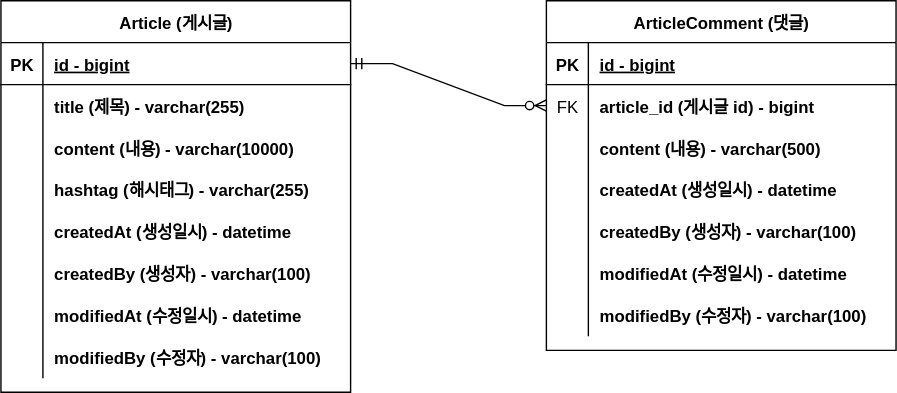
95twan/project-board keeps this draw.io diagram as document/project-board-erd.svg. Above is the earlier version. Source tidied: cells renumbered, new cells last; positions are measured from the earlier drawing's top-left corner, leaving out a move shared by most shapes.
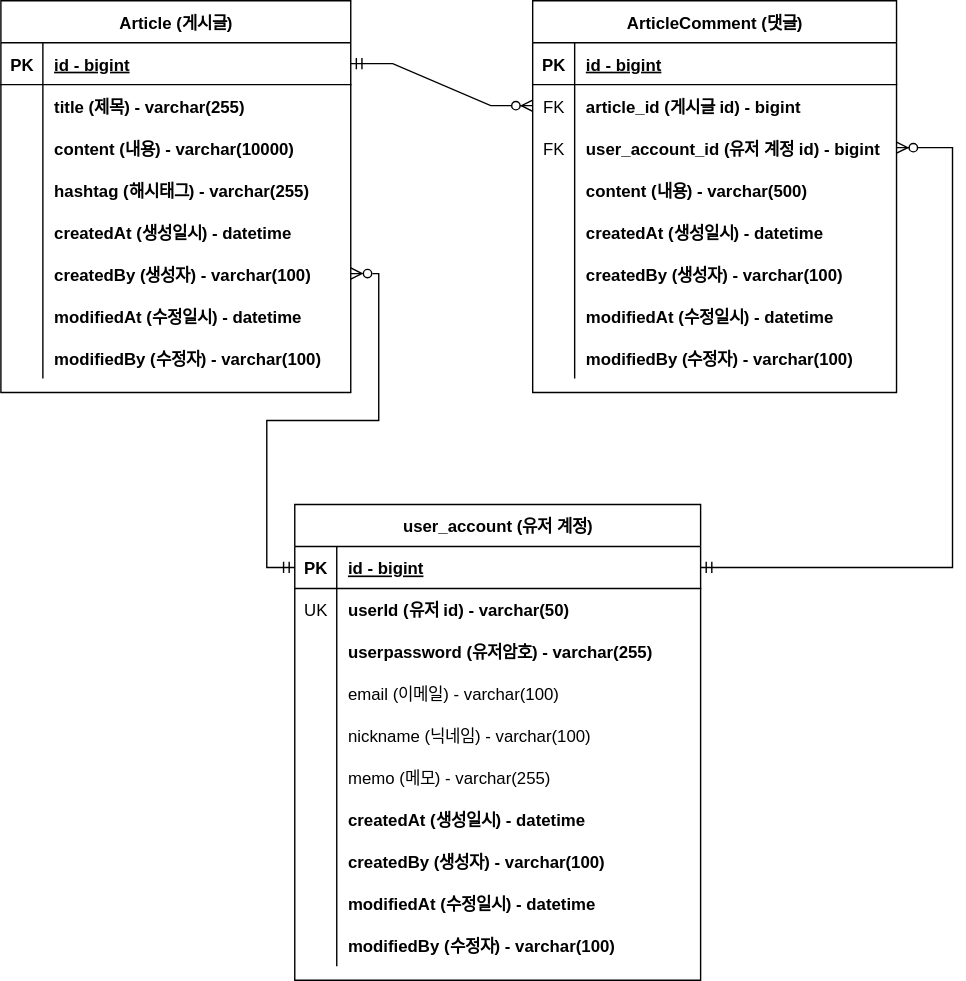
Later version of the same file.

Commit message:
#17 - 회원 계정 erd 추가

The edit, as a diff of the source:
```diff
@@ -78,73 +78,186 @@
       <mxGeometry x="30" width="220" height="30" as="geometry" />
     </mxCell>
     <mxCell id="27" value="ArticleComment (댓글)" style="shape=table;startSize=30;rowLines=0;fontStyle=1;align=center;" parent="1" vertex="1">
-      <mxGeometry x="390" width="250" height="250" as="geometry" />
+      <mxGeometry x="380" width="260" height="280" as="geometry" />
     </mxCell>
     <mxCell id="28" style="shape=partialRectangle;fillColor=none;top=0;left=0;right=0;bottom=1;" parent="27" vertex="1">
-      <mxGeometry y="30" width="250" height="30" as="geometry" />
+      <mxGeometry y="30" width="260" height="30" as="geometry" />
     </mxCell>
     <mxCell id="29" value="PK" style="shape=partialRectangle;overflow=hidden;fillColor=none;top=0;left=0;bottom=0;right=0;fontStyle=1;" parent="28" vertex="1">
       <mxGeometry width="30" height="30" as="geometry" />
     </mxCell>
     <mxCell id="30" value="id - bigint" style="shape=partialRectangle;overflow=hidden;fillColor=none;top=0;left=0;bottom=0;right=0;align=left;spacingLeft=6;fontStyle=5;" parent="28" vertex="1">
-      <mxGeometry x="30" width="220" height="30" as="geometry" />
+      <mxGeometry x="30" width="230" height="30" as="geometry" />
     </mxCell>
     <mxCell id="31" style="shape=partialRectangle;fillColor=none;points=[[0,0.5],[1,0.5]];portConstraint=eastwest;top=0;left=0;right=0;bottom=0;" parent="27" vertex="1">
-      <mxGeometry y="60" width="250" height="30" as="geometry" />
+      <mxGeometry y="60" width="260" height="30" as="geometry" />
     </mxCell>
     <mxCell id="32" value="FK" style="shape=partialRectangle;overflow=hidden;fillColor=none;top=0;left=0;bottom=0;right=0;" parent="31" vertex="1">
       <mxGeometry width="30" height="30" as="geometry" />
     </mxCell>
     <mxCell id="33" value="article_id (게시글 id) - bigint" style="shape=partialRectangle;overflow=hidden;fillColor=none;top=0;left=0;bottom=0;right=0;align=left;spacingLeft=6;fontStyle=1;" parent="31" vertex="1">
-      <mxGeometry x="30" width="220" height="30" as="geometry" />
+      <mxGeometry x="30" width="230" height="30" as="geometry" />
     </mxCell>
+    <mxCell id="50" style="shape=partialRectangle;fillColor=none;points=[[0,0.5],[1,0.5]];portConstraint=eastwest;top=0;left=0;right=0;bottom=0;" parent="27" vertex="1">
+      <mxGeometry y="90" width="260" height="30" as="geometry" />
+    </mxCell>
+    <mxCell id="51" value="FK" style="shape=partialRectangle;overflow=hidden;fillColor=none;top=0;left=0;bottom=0;right=0;" parent="50" vertex="1">
+      <mxGeometry width="30" height="30" as="geometry" />
+    </mxCell>
+    <mxCell id="52" value="user_account_id (유저 계정 id) - bigint" style="shape=partialRectangle;overflow=hidden;fillColor=none;top=0;left=0;bottom=0;right=0;align=left;spacingLeft=6;fontStyle=1;" parent="50" vertex="1">
+      <mxGeometry x="30" width="230" height="30" as="geometry" />
+    </mxCell>
     <mxCell id="34" style="shape=tableRow;horizontal=0;startSize=0;swimlaneHead=0;swimlaneBody=0;fillColor=none;top=0;left=0;right=0;bottom=0;" parent="27" vertex="1">
-      <mxGeometry y="90" width="250" height="30" as="geometry" />
+      <mxGeometry y="120" width="260" height="30" as="geometry" />
     </mxCell>
     <mxCell id="35" style="shape=partialRectangle;fillColor=none;top=0;left=0;bottom=0;right=0;overflow=hidden;" parent="34" vertex="1">
       <mxGeometry width="30" height="30" as="geometry" />
     </mxCell>
     <mxCell id="36" value="content (내용) - varchar(500)" style="shape=partialRectangle;fillColor=none;top=0;left=0;bottom=0;right=0;align=left;spacingLeft=6;overflow=hidden;fontStyle=1;" parent="34" vertex="1">
-      <mxGeometry x="30" width="220" height="30" as="geometry" />
+      <mxGeometry x="30" width="230" height="30" as="geometry" />
     </mxCell>
     <mxCell id="37" style="shape=tableRow;horizontal=0;startSize=0;swimlaneHead=0;swimlaneBody=0;fillColor=none;top=0;left=0;right=0;bottom=0;" parent="27" vertex="1">
-      <mxGeometry y="120" width="250" height="30" as="geometry" />
+      <mxGeometry y="150" width="260" height="30" as="geometry" />
     </mxCell>
     <mxCell id="38" style="shape=partialRectangle;fillColor=none;top=0;left=0;bottom=0;right=0;overflow=hidden;" parent="37" vertex="1">
       <mxGeometry width="30" height="30" as="geometry" />
     </mxCell>
     <mxCell id="39" value="createdAt (생성일시) - datetime" style="shape=partialRectangle;fillColor=none;top=0;left=0;bottom=0;right=0;align=left;spacingLeft=6;overflow=hidden;fontStyle=1;" parent="37" vertex="1">
-      <mxGeometry x="30" width="220" height="30" as="geometry" />
+      <mxGeometry x="30" width="230" height="30" as="geometry" />
     </mxCell>
     <mxCell id="40" style="shape=tableRow;horizontal=0;startSize=0;swimlaneHead=0;swimlaneBody=0;fillColor=none;top=0;left=0;right=0;bottom=0;" parent="27" vertex="1">
-      <mxGeometry y="150" width="250" height="30" as="geometry" />
+      <mxGeometry y="180" width="260" height="30" as="geometry" />
     </mxCell>
     <mxCell id="41" style="shape=partialRectangle;fillColor=none;top=0;left=0;bottom=0;right=0;overflow=hidden;" parent="40" vertex="1">
       <mxGeometry width="30" height="30" as="geometry" />
     </mxCell>
     <mxCell id="42" value="createdBy (생성자) - varchar(100)" style="shape=partialRectangle;fillColor=none;top=0;left=0;bottom=0;right=0;align=left;spacingLeft=6;overflow=hidden;fontStyle=1;" parent="40" vertex="1">
-      <mxGeometry x="30" width="220" height="30" as="geometry" />
+      <mxGeometry x="30" width="230" height="30" as="geometry" />
     </mxCell>
     <mxCell id="43" style="shape=tableRow;horizontal=0;startSize=0;swimlaneHead=0;swimlaneBody=0;fillColor=none;top=0;left=0;right=0;bottom=0;" parent="27" vertex="1">
-      <mxGeometry y="180" width="250" height="30" as="geometry" />
+      <mxGeometry y="210" width="260" height="30" as="geometry" />
     </mxCell>
     <mxCell id="44" style="shape=partialRectangle;fillColor=none;top=0;left=0;bottom=0;right=0;overflow=hidden;" parent="43" vertex="1">
       <mxGeometry width="30" height="30" as="geometry" />
     </mxCell>
     <mxCell id="45" value="modifiedAt (수정일시) - datetime" style="shape=partialRectangle;fillColor=none;top=0;left=0;bottom=0;right=0;align=left;spacingLeft=6;overflow=hidden;fontStyle=1;" parent="43" vertex="1">
-      <mxGeometry x="30" width="220" height="30" as="geometry" />
+      <mxGeometry x="30" width="230" height="30" as="geometry" />
     </mxCell>
     <mxCell id="46" style="shape=tableRow;horizontal=0;startSize=0;swimlaneHead=0;swimlaneBody=0;fillColor=none;top=0;left=0;right=0;bottom=0;" parent="27" vertex="1">
-      <mxGeometry y="210" width="250" height="30" as="geometry" />
+      <mxGeometry y="240" width="260" height="30" as="geometry" />
     </mxCell>
     <mxCell id="47" style="shape=partialRectangle;fillColor=none;top=0;left=0;bottom=0;right=0;overflow=hidden;" parent="46" vertex="1">
       <mxGeometry width="30" height="30" as="geometry" />
     </mxCell>
     <mxCell id="48" value="modifiedBy (수정자) - varchar(100)" style="shape=partialRectangle;fillColor=none;top=0;left=0;bottom=0;right=0;align=left;spacingLeft=6;overflow=hidden;fontStyle=1;" parent="46" vertex="1">
-      <mxGeometry x="30" width="220" height="30" as="geometry" />
+      <mxGeometry x="30" width="230" height="30" as="geometry" />
     </mxCell>
     <mxCell id="49" style="edgeStyle=entityRelationEdgeStyle;fontSize=12;html=1;endArrow=ERzeroToMany;startArrow=ERmandOne;rounded=0;exitX=1;exitY=0.5;exitDx=0;exitDy=0;entryX=0;entryY=0.5;entryDx=0;entryDy=0;" parent="1" edge="1" source="3" target="31">
       <mxGeometry relative="1" as="geometry" />
     </mxCell>
+    <mxCell id="53" value="user_account (유저 계정)" style="shape=table;startSize=30;rowLines=0;fontStyle=1;align=center;" parent="1" vertex="1">
+      <mxGeometry x="210" y="360" width="290" height="340" as="geometry" />
+    </mxCell>
+    <mxCell id="54" style="shape=partialRectangle;fillColor=none;points=[[0,0.5],[1,0.5]];portConstraint=eastwest;top=0;left=0;right=0;bottom=1;" parent="53" vertex="1">
+      <mxGeometry y="30" width="290" height="30" as="geometry" />
+    </mxCell>
+    <mxCell id="55" value="PK" style="shape=partialRectangle;overflow=hidden;fillColor=none;top=0;left=0;bottom=0;right=0;fontStyle=1;" parent="54" vertex="1">
+      <mxGeometry width="30" height="30" as="geometry" />
+    </mxCell>
+    <mxCell id="56" value="id - bigint" style="shape=partialRectangle;overflow=hidden;fillColor=none;top=0;left=0;bottom=0;right=0;align=left;spacingLeft=6;fontStyle=5;" parent="54" vertex="1">
+      <mxGeometry x="30" width="260" height="30" as="geometry" />
+    </mxCell>
+    <mxCell id="57" style="shape=partialRectangle;fillColor=none;top=0;left=0;right=0;bottom=0;" parent="53" vertex="1">
+      <mxGeometry y="60" width="290" height="30" as="geometry" />
+    </mxCell>
+    <mxCell id="58" value="UK" style="shape=partialRectangle;overflow=hidden;fillColor=none;top=0;left=0;bottom=0;right=0;" parent="57" vertex="1">
+      <mxGeometry width="30" height="30" as="geometry" />
+    </mxCell>
+    <mxCell id="59" value="userId (유저 id) - varchar(50)" style="shape=partialRectangle;overflow=hidden;fillColor=none;top=0;left=0;bottom=0;right=0;align=left;spacingLeft=6;fontStyle=1;" parent="57" vertex="1">
+      <mxGeometry x="30" width="260" height="30" as="geometry" />
+    </mxCell>
+    <mxCell id="60" style="shape=tableRow;horizontal=0;startSize=0;swimlaneHead=0;swimlaneBody=0;fillColor=none;top=0;left=0;right=0;bottom=0;" parent="53" vertex="1">
+      <mxGeometry y="90" width="290" height="30" as="geometry" />
+    </mxCell>
+    <mxCell id="61" style="shape=partialRectangle;fillColor=none;top=0;left=0;bottom=0;right=0;overflow=hidden;" parent="60" vertex="1">
+      <mxGeometry width="30" height="30" as="geometry" />
+    </mxCell>
+    <mxCell id="62" value="userpassword (유저암호) - varchar(255)" style="shape=partialRectangle;fillColor=none;top=0;left=0;bottom=0;right=0;align=left;spacingLeft=6;overflow=hidden;fontStyle=1;" parent="60" vertex="1">
+      <mxGeometry x="30" width="260" height="30" as="geometry" />
+    </mxCell>
+    <mxCell id="63" style="shape=tableRow;horizontal=0;startSize=0;swimlaneHead=0;swimlaneBody=0;fillColor=none;top=0;left=0;right=0;bottom=0;" parent="53" vertex="1">
+      <mxGeometry y="120" width="290" height="30" as="geometry" />
+    </mxCell>
+    <mxCell id="64" style="shape=partialRectangle;fillColor=none;top=0;left=0;bottom=0;right=0;overflow=hidden;" parent="63" vertex="1">
+      <mxGeometry width="30" height="30" as="geometry" />
+    </mxCell>
+    <mxCell id="65" value="email (이메일) - varchar(100)" style="shape=partialRectangle;fillColor=none;top=0;left=0;bottom=0;right=0;align=left;spacingLeft=6;overflow=hidden;fontStyle=0;" parent="63" vertex="1">
+      <mxGeometry x="30" width="260" height="30" as="geometry" />
+    </mxCell>
+    <mxCell id="66" style="shape=tableRow;horizontal=0;startSize=0;swimlaneHead=0;swimlaneBody=0;fillColor=none;top=0;left=0;right=0;bottom=0;" parent="53" vertex="1">
+      <mxGeometry y="150" width="290" height="30" as="geometry" />
+    </mxCell>
+    <mxCell id="67" style="shape=partialRectangle;fillColor=none;top=0;left=0;bottom=0;right=0;overflow=hidden;" parent="66" vertex="1">
+      <mxGeometry width="30" height="30" as="geometry" />
+    </mxCell>
+    <mxCell id="68" value="nickname (닉네임) - varchar(100)" style="shape=partialRectangle;fillColor=none;top=0;left=0;bottom=0;right=0;align=left;spacingLeft=6;overflow=hidden;fontStyle=0;" parent="66" vertex="1">
+      <mxGeometry x="30" width="260" height="30" as="geometry" />
+    </mxCell>
+    <mxCell id="69" style="shape=tableRow;horizontal=0;startSize=0;swimlaneHead=0;swimlaneBody=0;fillColor=none;top=0;left=0;right=0;bottom=0;" parent="53" vertex="1">
+      <mxGeometry y="180" width="290" height="30" as="geometry" />
+    </mxCell>
+    <mxCell id="70" style="shape=partialRectangle;fillColor=none;top=0;left=0;bottom=0;right=0;overflow=hidden;" parent="69" vertex="1">
+      <mxGeometry width="30" height="30" as="geometry" />
+    </mxCell>
+    <mxCell id="71" value="memo (메모) - varchar(255)" style="shape=partialRectangle;fillColor=none;top=0;left=0;bottom=0;right=0;align=left;spacingLeft=6;overflow=hidden;fontStyle=0;" parent="69" vertex="1">
+      <mxGeometry x="30" width="260" height="30" as="geometry" />
+    </mxCell>
+    <mxCell id="72" style="shape=tableRow;horizontal=0;startSize=0;swimlaneHead=0;swimlaneBody=0;fillColor=none;top=0;left=0;right=0;bottom=0;" parent="53" vertex="1">
+      <mxGeometry y="210" width="290" height="30" as="geometry" />
+    </mxCell>
+    <mxCell id="73" style="shape=partialRectangle;fillColor=none;top=0;left=0;bottom=0;right=0;overflow=hidden;" parent="72" vertex="1">
+      <mxGeometry width="30" height="30" as="geometry" />
+    </mxCell>
+    <mxCell id="74" value="createdAt (생성일시) - datetime" style="shape=partialRectangle;fillColor=none;top=0;left=0;bottom=0;right=0;align=left;spacingLeft=6;overflow=hidden;fontStyle=1;" parent="72" vertex="1">
+      <mxGeometry x="30" width="260" height="30" as="geometry" />
+    </mxCell>
+    <mxCell id="75" style="shape=tableRow;horizontal=0;startSize=0;swimlaneHead=0;swimlaneBody=0;fillColor=none;top=0;left=0;right=0;bottom=0;" parent="53" vertex="1">
+      <mxGeometry y="240" width="290" height="30" as="geometry" />
+    </mxCell>
+    <mxCell id="76" style="shape=partialRectangle;fillColor=none;top=0;left=0;bottom=0;right=0;overflow=hidden;" parent="75" vertex="1">
+      <mxGeometry width="30" height="30" as="geometry" />
+    </mxCell>
+    <mxCell id="77" value="createdBy (생성자) - varchar(100)" style="shape=partialRectangle;fillColor=none;top=0;left=0;bottom=0;right=0;align=left;spacingLeft=6;overflow=hidden;fontStyle=1;" parent="75" vertex="1">
+      <mxGeometry x="30" width="260" height="30" as="geometry" />
+    </mxCell>
+    <mxCell id="78" style="shape=tableRow;horizontal=0;startSize=0;swimlaneHead=0;swimlaneBody=0;fillColor=none;top=0;left=0;right=0;bottom=0;" parent="53" vertex="1">
+      <mxGeometry y="270" width="290" height="30" as="geometry" />
+    </mxCell>
+    <mxCell id="79" style="shape=partialRectangle;fillColor=none;top=0;left=0;bottom=0;right=0;overflow=hidden;" parent="78" vertex="1">
+      <mxGeometry width="30" height="30" as="geometry" />
+    </mxCell>
+    <mxCell id="80" value="modifiedAt (수정일시) - datetime" style="shape=partialRectangle;fillColor=none;top=0;left=0;bottom=0;right=0;align=left;spacingLeft=6;overflow=hidden;fontStyle=1;" parent="78" vertex="1">
+      <mxGeometry x="30" width="260" height="30" as="geometry" />
+    </mxCell>
+    <mxCell id="81" style="shape=tableRow;horizontal=0;startSize=0;swimlaneHead=0;swimlaneBody=0;fillColor=none;top=0;left=0;right=0;bottom=0;" parent="53" vertex="1">
+      <mxGeometry y="300" width="290" height="30" as="geometry" />
+    </mxCell>
+    <mxCell id="82" style="shape=partialRectangle;fillColor=none;top=0;left=0;bottom=0;right=0;overflow=hidden;" parent="81" vertex="1">
+      <mxGeometry width="30" height="30" as="geometry" />
+    </mxCell>
+    <mxCell id="83" value="modifiedBy (수정자) - varchar(100)" style="shape=partialRectangle;fillColor=none;top=0;left=0;bottom=0;right=0;align=left;spacingLeft=6;overflow=hidden;fontStyle=1;" parent="81" vertex="1">
+      <mxGeometry x="30" width="260" height="30" as="geometry" />
+    </mxCell>
+    <mxCell id="84" style="edgeStyle=orthogonalEdgeStyle;rounded=0;jettySize=auto;html=1;exitX=1;exitY=0.5;exitDx=0;exitDy=0;entryX=0;entryY=0.5;entryDx=0;entryDy=0;startArrow=ERzeroToMany;startFill=0;endArrow=ERmandOne;endFill=0;" parent="1" edge="1" source="18" target="54">
+      <mxGeometry relative="1" as="geometry" />
+    </mxCell>
+    <mxCell id="85" style="edgeStyle=orthogonalEdgeStyle;fontSize=12;html=1;endArrow=ERzeroToMany;startArrow=ERmandOne;rounded=0;exitX=1;exitY=0.5;exitDx=0;exitDy=0;entryX=1;entryY=0.5;entryDx=0;entryDy=0;" parent="1" edge="1" source="54" target="50">
+      <mxGeometry relative="1" as="geometry">
+        <Array as="points">
+          <mxPoint x="680" y="405" />
+          <mxPoint x="680" y="105" />
+        </Array>
+      </mxGeometry>
+    </mxCell>
   </root>
 </mxGraphModel>
```
